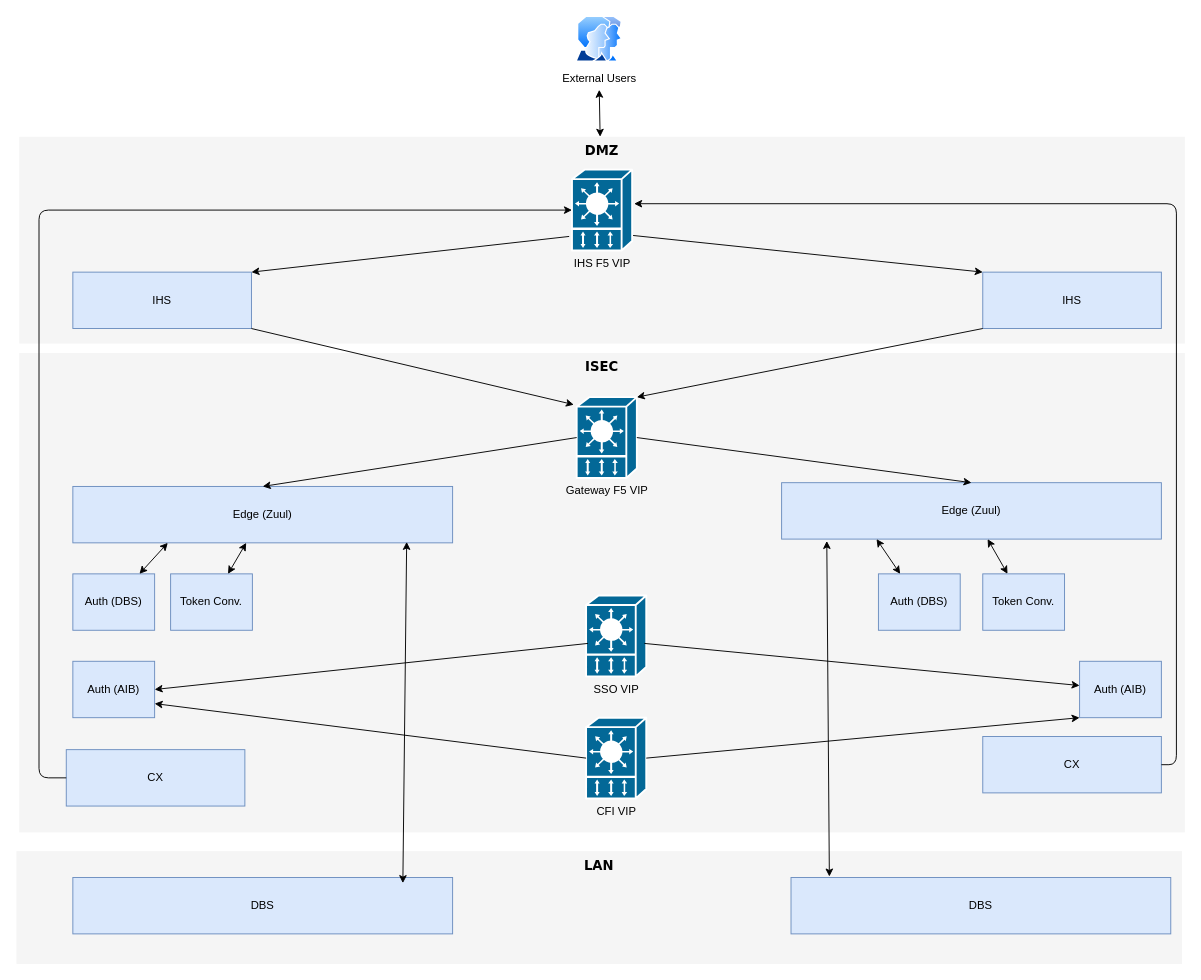
Above: src/main/resources/topology.drawio in hughrossdublin/cardsproxy (draw.io), before the change. Source tidied: cells renumbered, new cells numbered last; positions are measured from the earlier drawing's top-left corner, leaving out a move shared by most shapes. Both pictures are drawn from the tidied source at 94%, with x=0, y=0 at pixel (16, 16).
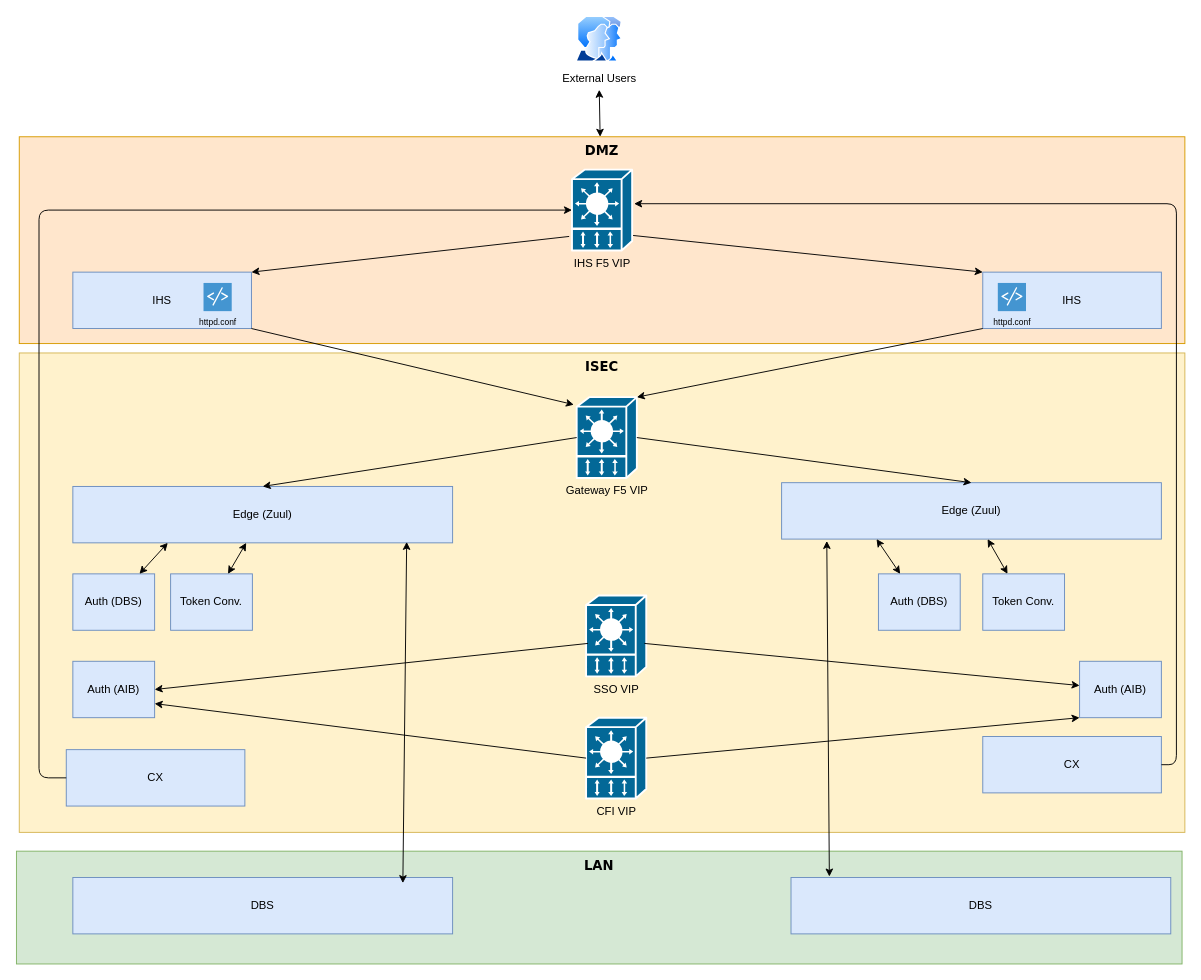
Above is the later version.

What changed in the source:
```diff
@@
-    <mxCell id="2" value="LAN" style="whiteSpace=wrap;html=1;rounded=0;shadow=0;comic=0;strokeWidth=1;fontFamily=Verdana;fontSize=14;fillColor=#f5f5f5;strokeColor=none;verticalAlign=top;fontStyle=1;" parent="1" vertex="1">
+    <mxCell id="2" value="LAN" style="whiteSpace=wrap;html=1;rounded=0;shadow=0;comic=0;strokeWidth=1;fontFamily=Verdana;fontSize=14;fillColor=#d5e8d4;strokeColor=#82b366;verticalAlign=top;fontStyle=1;" parent="1" vertex="1">
       <mxGeometry y="888" width="1240" height="120" as="geometry" />
     </mxCell>
-    <mxCell id="3" value="DMZ" style="whiteSpace=wrap;html=1;rounded=0;shadow=0;comic=0;strokeWidth=1;fontFamily=Verdana;fontSize=14;fillColor=#f5f5f5;strokeColor=none;verticalAlign=top;fontStyle=1;" parent="1" vertex="1">
+    <mxCell id="3" value="DMZ" style="whiteSpace=wrap;html=1;rounded=0;shadow=0;comic=0;strokeWidth=1;fontFamily=Verdana;fontSize=14;fillColor=#ffe6cc;strokeColor=#d79b00;verticalAlign=top;fontStyle=1;" parent="1" vertex="1">
       <mxGeometry x="3" y="128" width="1240" height="220" as="geometry" />
     </mxCell>
@@
-    <mxCell id="8" value="ISEC" style="whiteSpace=wrap;html=1;rounded=0;shadow=0;comic=0;strokeWidth=1;fontFamily=Verdana;fontSize=14;fillColor=#f5f5f5;strokeColor=none;verticalAlign=top;fontStyle=1;" parent="1" vertex="1">
+    <mxCell id="8" value="ISEC" style="whiteSpace=wrap;html=1;rounded=0;shadow=0;comic=0;strokeWidth=1;fontFamily=Verdana;fontSize=14;fillColor=#fff2cc;strokeColor=#d6b656;verticalAlign=top;fontStyle=1;" parent="1" vertex="1">
       <mxGeometry x="3" y="358" width="1240" height="510" as="geometry" />
     </mxCell>
@@
+    <mxCell id="43" value="httpd.conf" style="shadow=0;dashed=0;html=1;strokeColor=none;fillColor=#4495D1;labelPosition=center;verticalLabelPosition=bottom;verticalAlign=top;align=center;shape=mxgraph.veeam.script;fontSize=9;" parent="1" vertex="1">
+      <mxGeometry x="199" y="283.5" width="30" height="30" as="geometry" />
+    </mxCell>
+    <mxCell id="44" value="httpd.conf" style="shadow=0;dashed=0;html=1;strokeColor=none;fillColor=#4495D1;labelPosition=center;verticalLabelPosition=bottom;verticalAlign=top;align=center;shape=mxgraph.veeam.script;fontSize=9;" parent="1" vertex="1">
+      <mxGeometry x="1044" y="283.5" width="30" height="30" as="geometry" />
+    </mxCell>
```
